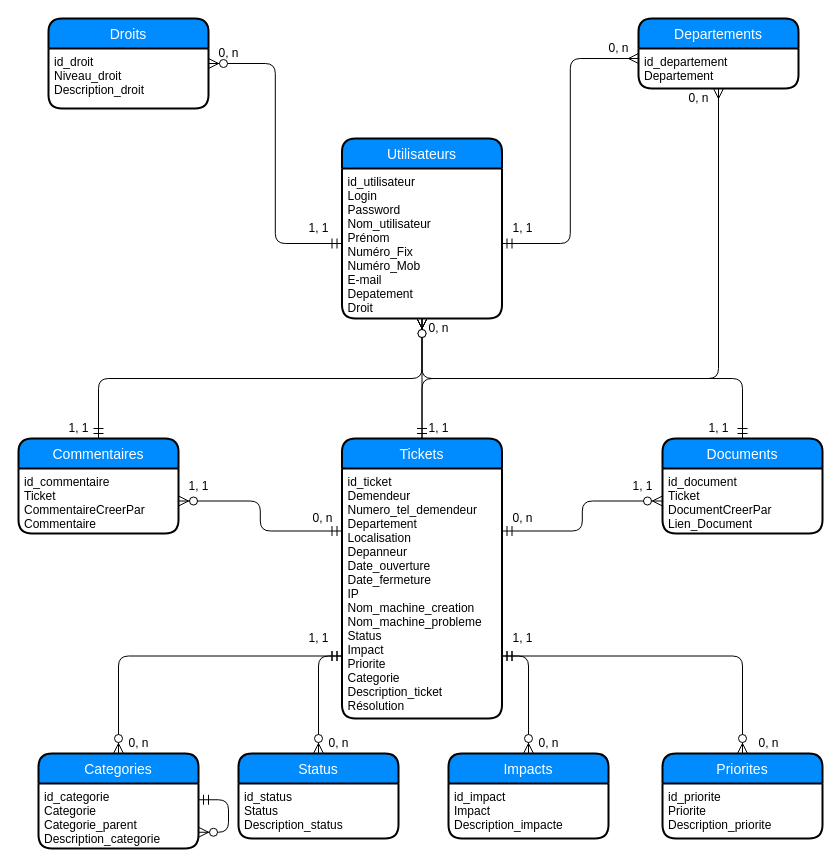
This is Base de données/MCD_MPTicket.drawio from Hero-Chan/Projet_Ticketing, a draw.io file, before an edit. Source tidied: cells renumbered, new cells numbered last; positions are measured from the earlier drawing's top-left corner, leaving out a move shared by most shapes. Both pictures are drawn from the tidied source at 100%, with x=0, y=0 at pixel (18, 18).
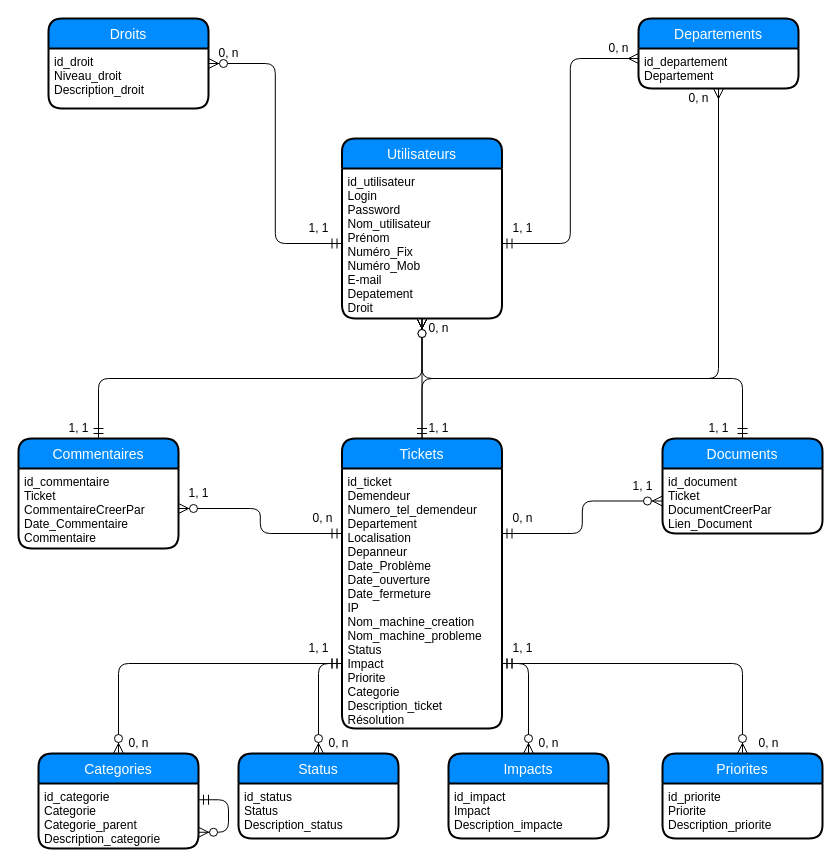
After the change.

Unchanged cells that the change refers to:
```xml
<mxCell id="19" value="Status" style="swimlane;horizontal=1;startSize=30;fillColor=#008cff;fontColor=#FFFFFF;rounded=1;fontSize=14;fontStyle=0;strokeWidth=2;shadow=0;dashed=0;align=center;" parent="1" vertex="1">
  <mxGeometry x="220" y="735" width="160" height="85" as="geometry" />
</mxCell>
<mxCell id="21" value="Impacts" style="swimlane;horizontal=1;startSize=30;fillColor=#008cff;fontColor=#FFFFFF;rounded=1;fontSize=14;fontStyle=0;strokeWidth=2;shadow=0;dashed=0;align=center;" parent="1" vertex="1">
  <mxGeometry x="430" y="735" width="160" height="85" as="geometry" />
</mxCell>
<mxCell id="39" value="Categories" style="swimlane;horizontal=1;startSize=30;fillColor=#008cff;fontColor=#FFFFFF;rounded=1;fontSize=14;fontStyle=0;strokeWidth=2;shadow=0;dashed=0;align=center;" parent="1" vertex="1">
  <mxGeometry x="20" y="735" width="160" height="95" as="geometry" />
</mxCell>
```

What changed in the source:
```diff
@@
     <mxCell id="5" style="edgeStyle=orthogonalEdgeStyle;endArrow=ERzeroToMany;startArrow=ERmandOne;shadow=0;strokeWidth=1;endSize=8;startSize=8;entryX=0.5;entryY=0;entryDx=0;entryDy=0;exitX=0;exitY=0.75;exitDx=0;exitDy=0;" parent="1" edge="1" source="16" target="19">
       <mxGeometry relative="1" as="geometry">
         <Array as="points">
-          <mxPoint x="300" y="638" />
+          <mxPoint x="300" y="645" />
         </Array>
       </mxGeometry>
     </mxCell>
@@
     <mxCell id="7" style="edgeStyle=orthogonalEdgeStyle;endArrow=ERzeroToMany;startArrow=ERmandOne;shadow=0;strokeWidth=1;endSize=8;startSize=8;entryX=0.5;entryY=0;entryDx=0;entryDy=0;exitX=1;exitY=0.75;exitDx=0;exitDy=0;" parent="1" edge="1" source="16" target="21">
       <mxGeometry relative="1" as="geometry">
         <Array as="points">
-          <mxPoint x="510" y="638" />
+          <mxPoint x="510" y="645" />
         </Array>
       </mxGeometry>
     </mxCell>
@@
     <mxCell id="15" value="Tickets" style="swimlane;horizontal=1;startSize=30;fillColor=#008cff;fontColor=#FFFFFF;rounded=1;fontSize=14;fontStyle=0;strokeWidth=2;shadow=0;dashed=0;align=center;" parent="1" vertex="1">
-      <mxGeometry x="323.5" y="420" width="160" height="280" as="geometry" />
+      <mxGeometry x="323.5" y="420" width="160" height="290" as="geometry" />
     </mxCell>
-    <mxCell id="16" value="id_ticket&#10;Demendeur&#10;Numero_tel_demendeur&#10;Departement&#10;Localisation&#10;Depanneur&#10;Date_ouverture&#10;Date_fermeture&#10;IP&#10;Nom_machine_creation&#10;Nom_machine_probleme&#10;Status&#10;Impact&#10;Priorite&#10;Categorie&#10;Description_ticket&#10;Résolution" style="align=left;strokeColor=none;fillColor=none;spacingLeft=4;fontSize=12;verticalAlign=top;" parent="15" vertex="1">
-      <mxGeometry y="30" width="160" height="250" as="geometry" />
+    <mxCell id="16" value="id_ticket&#10;Demendeur&#10;Numero_tel_demendeur&#10;Departement&#10;Localisation&#10;Depanneur&#10;Date_Problème&#10;Date_ouverture&#10;Date_fermeture&#10;IP&#10;Nom_machine_creation&#10;Nom_machine_probleme&#10;Status&#10;Impact&#10;Priorite&#10;Categorie&#10;Description_ticket&#10;Résolution" style="align=left;strokeColor=none;fillColor=none;spacingLeft=4;fontSize=12;verticalAlign=top;" parent="15" vertex="1">
+      <mxGeometry y="30" width="160" height="260" as="geometry" />
     </mxCell>
     <mxCell id="17" value="Commentaires" style="swimlane;horizontal=1;startSize=30;fillColor=#008cff;fontColor=#FFFFFF;rounded=1;fontSize=14;fontStyle=0;strokeWidth=2;shadow=0;dashed=0;align=center;" parent="1" vertex="1">
-      <mxGeometry y="420" width="160" height="95" as="geometry" />
+      <mxGeometry y="420" width="160" height="110" as="geometry" />
     </mxCell>
-    <mxCell id="18" value="id_commentaire&#10;Ticket&#10;CommentaireCreerPar&#10;Commentaire&#10;" style="align=left;strokeColor=none;fillColor=none;spacingLeft=4;fontSize=12;verticalAlign=top;" parent="17" vertex="1">
-      <mxGeometry y="30" width="160" height="65" as="geometry" />
+    <mxCell id="18" value="id_commentaire&#10;Ticket&#10;CommentaireCreerPar&#10;Date_Commentaire&#10;Commentaire&#10;" style="align=left;strokeColor=none;fillColor=none;spacingLeft=4;fontSize=12;verticalAlign=top;" parent="17" vertex="1">
+      <mxGeometry y="30" width="160" height="80" as="geometry" />
     </mxCell>
@@
     <mxCell id="31" value="1, 1" style="text;html=1;align=center;verticalAlign=middle;" parent="1" vertex="1">
-      <mxGeometry x="160" y="457.5" width="40" height="20" as="geometry" />
+      <mxGeometry x="160" y="465" width="40" height="20" as="geometry" />
     </mxCell>
     <mxCell id="32" value="1, 1" style="text;html=1;align=center;verticalAlign=middle;" parent="1" vertex="1">
-      <mxGeometry x="483.5" y="610" width="40" height="20" as="geometry" />
+      <mxGeometry x="483.5" y="620" width="40" height="20" as="geometry" />
     </mxCell>
@@
     <mxCell id="42" value="1, 1" style="text;html=1;align=center;verticalAlign=middle;" parent="1" vertex="1">
-      <mxGeometry x="280" y="610" width="40" height="20" as="geometry" />
+      <mxGeometry x="280" y="620" width="40" height="20" as="geometry" />
     </mxCell>
     <mxCell id="43" style="edgeStyle=orthogonalEdgeStyle;endArrow=ERzeroToMany;startArrow=ERmandOne;shadow=0;strokeWidth=1;endSize=8;startSize=8;entryX=0.5;entryY=0;entryDx=0;entryDy=0;exitX=0;exitY=0.75;exitDx=0;exitDy=0;" parent="1" edge="1" source="16" target="39">
       <mxGeometry relative="1" as="geometry">
         <Array as="points">
-          <mxPoint x="100" y="638" />
+          <mxPoint x="100" y="645" />
         </Array>
       </mxGeometry>
     </mxCell>
```
